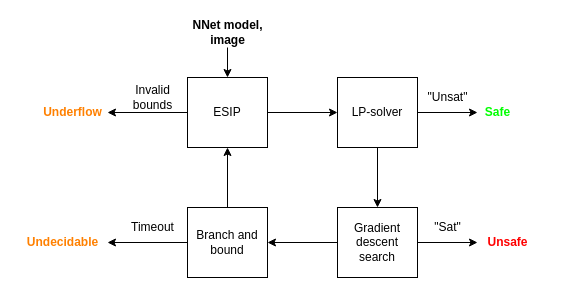
Earlier version of the draw.io diagram Algorithm2.drawio (DaveHudiny/DaveHudiny). Source tidied: cells renumbered, new cells numbered last; positions are measured from the earlier drawing's top-left corner, leaving out a move shared by most shapes. Both pictures are drawn from the tidied source at 100%, with x=0, y=0 at pixel (17, 17).
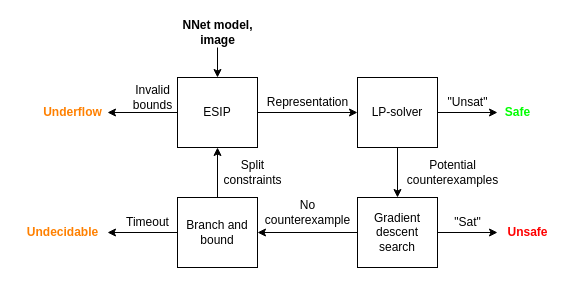
The same diagram, later.

Diff of the diagram source:
```diff
@@
     <mxCell id="4" value="ESIP" style="rounded=0;whiteSpace=wrap;html=1;" parent="1" vertex="1">
-      <mxGeometry x="170" y="60" width="80" height="70" as="geometry" />
+      <mxGeometry x="160" y="60" width="80" height="70" as="geometry" />
     </mxCell>
@@
     <mxCell id="7" value="Branch and bound" style="rounded=0;whiteSpace=wrap;html=1;" parent="1" vertex="1">
-      <mxGeometry x="170" y="190" width="80" height="70" as="geometry" />
+      <mxGeometry x="160" y="180" width="80" height="70" as="geometry" />
     </mxCell>
@@
     <mxCell id="10" value="Gradient descent search" style="rounded=0;whiteSpace=wrap;html=1;" parent="1" vertex="1">
-      <mxGeometry x="320" y="190" width="80" height="70" as="geometry" />
+      <mxGeometry x="340" y="180" width="80" height="70" as="geometry" />
     </mxCell>
@@
     <mxCell id="13" value="LP-solver" style="rounded=0;whiteSpace=wrap;html=1;" parent="1" vertex="1">
-      <mxGeometry x="320" y="60" width="80" height="70" as="geometry" />
+      <mxGeometry x="340" y="60" width="80" height="70" as="geometry" />
     </mxCell>
@@
     <mxCell id="16" value="NNet model,&lt;br&gt;image" style="text;html=1;align=center;verticalAlign=middle;points=[];strokeColor=none;fillColor=none;fontColor=#000000;fontStyle=1;" parent="1" vertex="1">
-      <mxGeometry x="165" width="90" height="30" as="geometry" />
+      <mxGeometry x="155" width="90" height="30" as="geometry" />
     </mxCell>
     <mxCell id="17" value="&quot;Unsat&quot;" style="text;html=1;align=center;verticalAlign=middle;strokeColor=none;fillColor=none;fontColor=#000000;" parent="1" vertex="1">
-      <mxGeometry x="400" y="70" width="60" height="20" as="geometry" />
+      <mxGeometry x="420" y="75" width="60" height="20" as="geometry" />
     </mxCell>
     <mxCell id="18" value="Safe" style="text;html=1;align=center;verticalAlign=middle;points=[];strokeColor=none;fillColor=none;fontColor=#00FF00;fontStyle=1;" parent="1" vertex="1">
-      <mxGeometry x="460" y="85" width="40" height="20" as="geometry" />
+      <mxGeometry x="480" y="85" width="40" height="20" as="geometry" />
     </mxCell>
     <mxCell id="19" value="&lt;font color=&quot;#ff0000&quot;&gt;&lt;b&gt;Unsafe&lt;/b&gt;&lt;/font&gt;" style="text;html=1;align=center;verticalAlign=middle;points=[];strokeColor=none;fillColor=none;fontColor=#00FF00;" parent="1" vertex="1">
-      <mxGeometry x="460" y="215" width="60" height="20" as="geometry" />
+      <mxGeometry x="480" y="205" width="60" height="20" as="geometry" />
     </mxCell>
     <mxCell id="20" value="&lt;font color=&quot;#000000&quot;&gt;&quot;Sat&quot;&lt;/font&gt;" style="text;html=1;align=center;verticalAlign=middle;strokeColor=none;fillColor=none;fontColor=#FFFF00;" parent="1" vertex="1">
-      <mxGeometry x="410" y="200" width="40" height="20" as="geometry" />
+      <mxGeometry x="430" y="195" width="40" height="20" as="geometry" />
     </mxCell>
     <mxCell id="21" value="Undecidable" style="text;html=1;align=center;verticalAlign=middle;points=[];strokeColor=none;fillColor=none;fontColor=#FF8000;fontStyle=1;" parent="1" vertex="1">
-      <mxGeometry y="215" width="90" height="20" as="geometry" />
+      <mxGeometry y="205" width="90" height="20" as="geometry" />
     </mxCell>
@@
     <mxCell id="23" value="Timeout" style="text;html=1;align=center;verticalAlign=middle;strokeColor=none;fillColor=none;fontColor=#000000;" parent="1" vertex="1">
-      <mxGeometry x="105" y="200" width="60" height="20" as="geometry" />
+      <mxGeometry x="100" y="195" width="60" height="20" as="geometry" />
     </mxCell>
+    <mxCell id="24" value="Representation" style="text;html=1;align=center;verticalAlign=middle;strokeColor=none;fillColor=none;fontColor=#000000;" parent="1" vertex="1">
+      <mxGeometry x="240" y="75" width="100" height="20" as="geometry" />
+    </mxCell>
+    <mxCell id="25" value="No&lt;br&gt;counterexample" style="text;html=1;align=center;verticalAlign=middle;strokeColor=none;fillColor=none;fontColor=#000000;" parent="1" vertex="1">
+      <mxGeometry x="240" y="180" width="100" height="30" as="geometry" />
+    </mxCell>
+    <mxCell id="26" value="Potential&lt;br&gt;counterexamples" style="text;html=1;align=center;verticalAlign=middle;strokeColor=none;fillColor=none;fontColor=#000000;" parent="1" vertex="1">
+      <mxGeometry x="380" y="140" width="110" height="30" as="geometry" />
+    </mxCell>
+    <mxCell id="27" value="Split &lt;br&gt;constraints" style="text;html=1;align=center;verticalAlign=middle;strokeColor=none;fillColor=none;fontColor=#000000;" parent="1" vertex="1">
+      <mxGeometry x="200" y="140" width="70" height="30" as="geometry" />
+    </mxCell>
```
